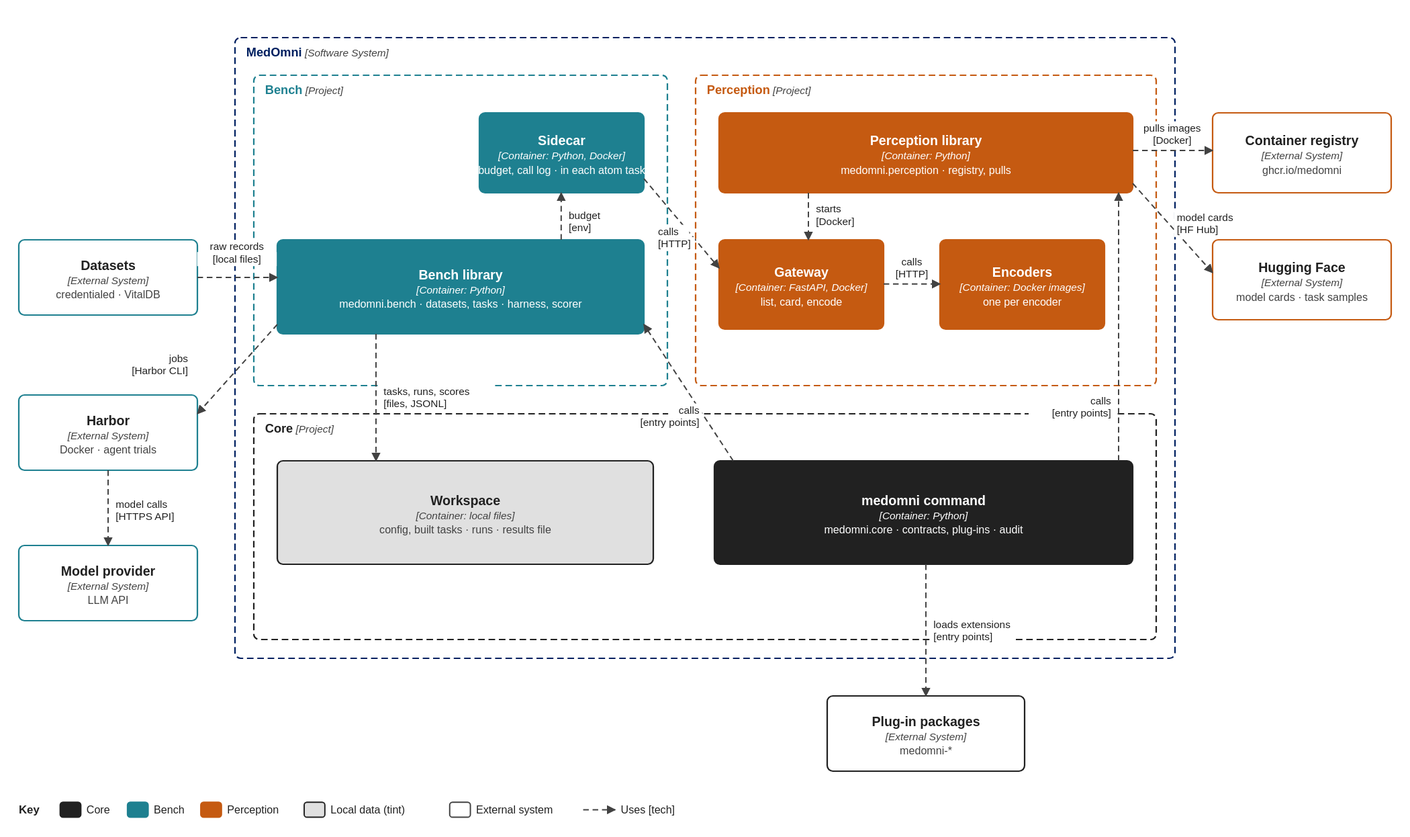
Earlier version of the draw.io export docs/assets/c2-containers.drawio.svg (medomni/MedOmni). Source tidied: cells renumbered, new cells last; positions are measured from the earlier drawing's top-left corner, leaving out a move shared by most shapes.
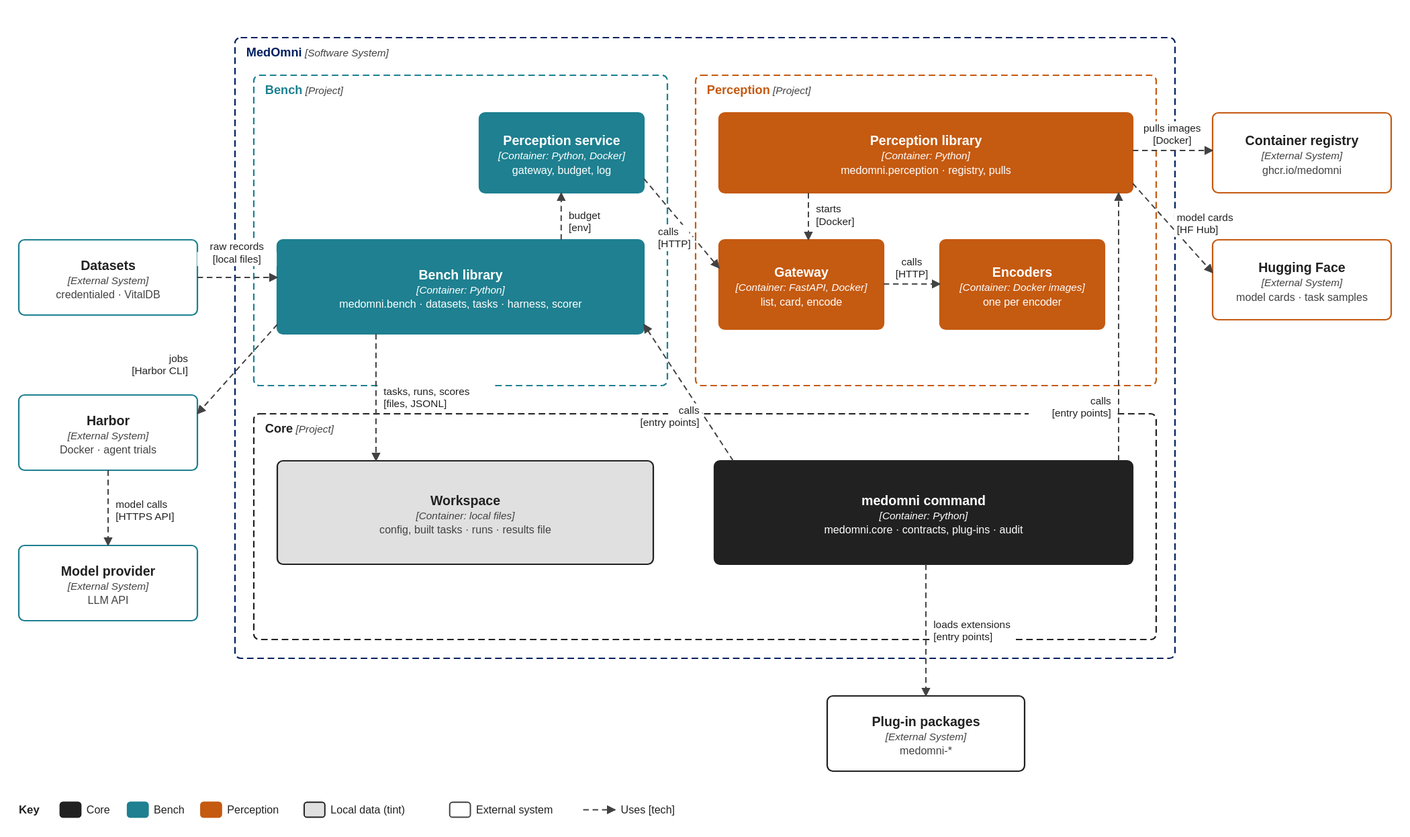
After the commit.

Diff of the diagram source:
```diff
@@ -20,7 +20,7 @@
     <mxCell id="7" value="&lt;b&gt;Bench library&lt;/b&gt;&lt;br&gt;&lt;i&gt;&lt;font style=&quot;font-size:11px&quot; color=&quot;#FFFFFF&quot;&gt;[Container: Python]&lt;/font&gt;&lt;/i&gt;&lt;br&gt;&lt;font style=&quot;font-size:11px&quot; color=&quot;#FFFFFF&quot;&gt;medomni.bench · datasets, tasks · harness, scorer&lt;/font&gt;" style="rounded=1;arcSize=6;whiteSpace=wrap;html=1;fillColor=#1E8090;strokeColor=#1E8090;strokeWidth=1.6;fontColor=#FFFFFF;fontSize=14;fontFamily=Helvetica;" parent="1" vertex="1">
       <mxGeometry x="279" y="215" width="390" height="100" as="geometry" />
     </mxCell>
-    <mxCell id="8" value="&lt;b&gt;Sidecar&lt;/b&gt;&lt;br&gt;&lt;i&gt;&lt;font style=&quot;font-size:11px&quot; color=&quot;#FFFFFF&quot;&gt;[Container: Python, Docker]&lt;/font&gt;&lt;/i&gt;&lt;br&gt;&lt;font style=&quot;font-size:11px&quot; color=&quot;#FFFFFF&quot;&gt;budget, call log · in each atom task&lt;/font&gt;" style="rounded=1;arcSize=6;whiteSpace=wrap;html=1;fillColor=#1E8090;strokeColor=#1E8090;strokeWidth=1.6;fontColor=#FFFFFF;fontSize=14;fontFamily=Helvetica;" parent="1" vertex="1">
+    <mxCell id="8" value="&lt;b&gt;Perception service&lt;/b&gt;&lt;br&gt;&lt;i&gt;&lt;font style=&quot;font-size:11px&quot; color=&quot;#FFFFFF&quot;&gt;[Container: Python, Docker]&lt;/font&gt;&lt;/i&gt;&lt;br&gt;&lt;font style=&quot;font-size:11px&quot; color=&quot;#FFFFFF&quot;&gt;gateway, budget, log&lt;/font&gt;" style="rounded=1;arcSize=6;whiteSpace=wrap;html=1;fillColor=#1E8090;strokeColor=#1E8090;strokeWidth=1.6;fontColor=#FFFFFF;fontSize=14;fontFamily=Helvetica;" parent="1" vertex="1">
       <mxGeometry x="494" y="80" width="175" height="85" as="geometry" />
     </mxCell>
     <mxCell id="9" value="&lt;b&gt;Perception&lt;/b&gt;  &lt;i&gt;&lt;font style=&quot;font-size:11px&quot; color=&quot;#424242&quot;&gt;[Project]&lt;/font&gt;&lt;/i&gt;" style="rounded=1;arcSize=2;whiteSpace=wrap;html=1;fillColor=none;strokeColor=#C55A11;strokeWidth=1.6;dashed=1;dashPattern=7 4;align=left;verticalAlign=top;spacingLeft=8;spacingTop=2;fontSize=13;fontColor=#C55A11;fontFamily=Helvetica;" parent="1" vertex="1">
```
